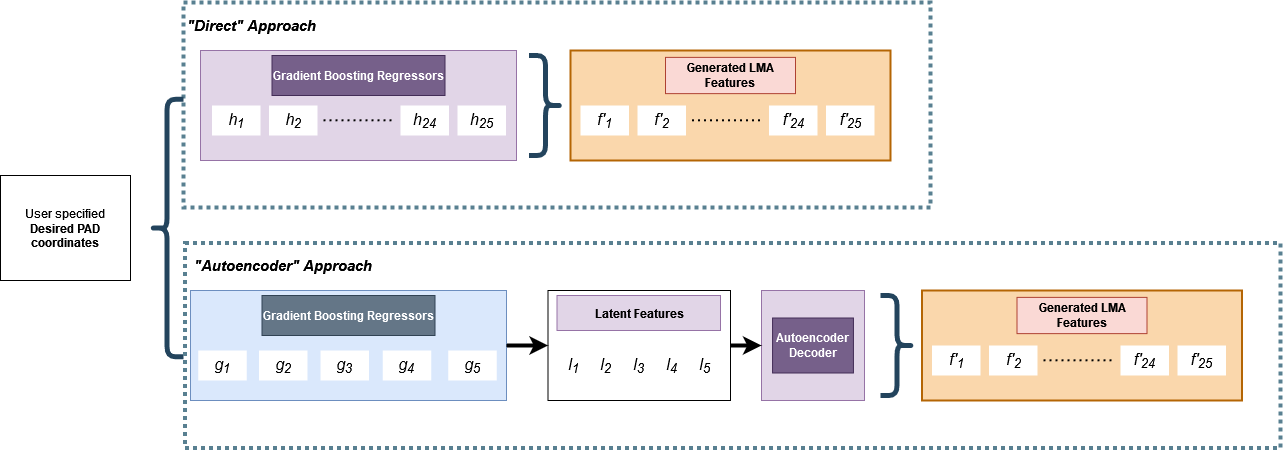
Above: emotion_gen.drawio.png in HerouFenix/emotion_identification_and_synthesis_website (draw.io), before the change. Source tidied: cells renumbered, new cells last; positions are measured from the earlier drawing's top-left corner, leaving out a move shared by most shapes.
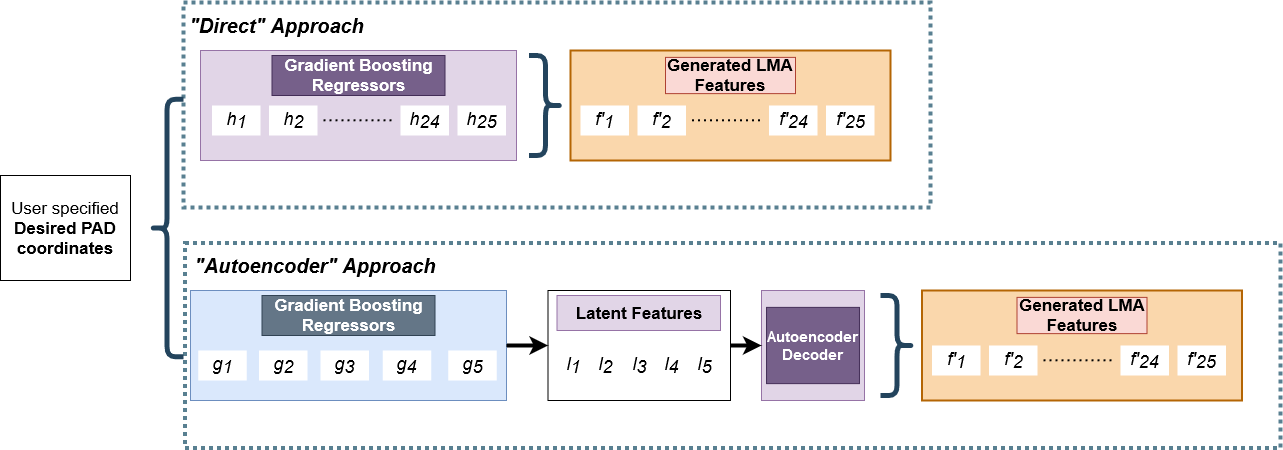
The same diagram one commit later.

What changed in the source:
```diff
@@ -4,2 +4,5 @@
     <mxCell id="1" parent="0" />
+    <mxCell id="47" style="rounded=0;whiteSpace=wrap;html=1;fillColor=none;dashed=1;dashPattern=1 1;strokeWidth=4;strokeColor=#598091;" parent="1" vertex="1">
+      <mxGeometry x="184.5" y="240.5" width="1095.5" height="205" as="geometry" />
+    </mxCell>
     <mxCell id="2" style="rounded=0;whiteSpace=wrap;html=1;fillColor=none;dashed=1;dashPattern=1 1;strokeWidth=4;strokeColor=#598091;" parent="1" vertex="1">
@@ -7,3 +10,3 @@
     </mxCell>
-    <mxCell id="3" value="&lt;div&gt;User specified&lt;/div&gt;&lt;div&gt;&lt;b&gt;Desired PAD coordinates&lt;/b&gt;&lt;br&gt;&lt;/div&gt;" style="rounded=0;whiteSpace=wrap;html=1;" parent="1" vertex="1">
+    <mxCell id="3" value="&lt;div style=&quot;font-size: 17px;&quot;&gt;User specified&lt;/div&gt;&lt;div style=&quot;font-size: 17px;&quot;&gt;&lt;b style=&quot;font-size: 17px;&quot;&gt;Desired PAD coordinates&lt;/b&gt;&lt;br style=&quot;font-size: 17px;&quot;&gt;&lt;/div&gt;" style="rounded=0;whiteSpace=wrap;html=1;fontSize=17;" parent="1" vertex="1">
       <mxGeometry y="173" width="130" height="105" as="geometry" />
@@ -16,6 +19,6 @@
     </mxCell>
-    <mxCell id="6" value="Gradient Boosting Regressors" style="rounded=0;whiteSpace=wrap;html=1;fontStyle=1;fillColor=#76608a;strokeColor=#432D57;fontColor=#ffffff;" parent="1" vertex="1">
+    <mxCell id="6" value="Gradient Boosting Regressors" style="rounded=0;whiteSpace=wrap;html=1;fontStyle=1;fillColor=#76608a;strokeColor=#432D57;fontColor=#ffffff;fontSize=17;" parent="1" vertex="1">
       <mxGeometry x="271.5" y="53" width="173" height="40" as="geometry" />
     </mxCell>
-    <mxCell id="7" value="&lt;font style=&quot;font-size: 16px;&quot;&gt;&lt;i&gt;h&lt;sub&gt;1&lt;/sub&gt;&lt;/i&gt;&lt;/font&gt;" style="text;html=1;strokeColor=none;fillColor=default;align=center;verticalAlign=middle;whiteSpace=wrap;rounded=0;fontStyle=0;strokeWidth=2;" parent="1" vertex="1">
+    <mxCell id="7" value="&lt;font style=&quot;font-size: 18px;&quot;&gt;&lt;i style=&quot;font-size: 18px;&quot;&gt;h&lt;sub style=&quot;font-size: 18px;&quot;&gt;1&lt;/sub&gt;&lt;/i&gt;&lt;/font&gt;" style="text;html=1;strokeColor=none;fillColor=default;align=center;verticalAlign=middle;whiteSpace=wrap;rounded=0;fontStyle=0;strokeWidth=2;fontSize=18;" parent="1" vertex="1">
       <mxGeometry x="211.5" y="103" width="48.5" height="30" as="geometry" />
@@ -28,9 +31,9 @@
     </mxCell>
-    <mxCell id="9" value="&lt;font style=&quot;font-size: 16px;&quot;&gt;&lt;i&gt;h&lt;sub&gt;2&lt;/sub&gt;&lt;/i&gt;&lt;/font&gt;" style="text;html=1;strokeColor=none;fillColor=default;align=center;verticalAlign=middle;whiteSpace=wrap;rounded=0;fontStyle=0;strokeWidth=2;" parent="1" vertex="1">
+    <mxCell id="9" value="&lt;font style=&quot;font-size: 18px;&quot;&gt;&lt;i style=&quot;font-size: 18px;&quot;&gt;h&lt;sub style=&quot;font-size: 18px;&quot;&gt;2&lt;/sub&gt;&lt;/i&gt;&lt;/font&gt;" style="text;html=1;strokeColor=none;fillColor=default;align=center;verticalAlign=middle;whiteSpace=wrap;rounded=0;fontStyle=0;strokeWidth=2;fontSize=18;" parent="1" vertex="1">
       <mxGeometry x="268.5" y="103" width="48.5" height="30" as="geometry" />
     </mxCell>
-    <mxCell id="10" value="&lt;font style=&quot;font-size: 16px;&quot;&gt;&lt;i&gt;h&lt;sub&gt;24&lt;/sub&gt;&lt;/i&gt;&lt;/font&gt;" style="text;html=1;strokeColor=none;fillColor=default;align=center;verticalAlign=middle;whiteSpace=wrap;rounded=0;fontStyle=0;strokeWidth=2;" parent="1" vertex="1">
+    <mxCell id="10" value="&lt;font style=&quot;font-size: 18px;&quot;&gt;&lt;i style=&quot;font-size: 18px;&quot;&gt;h&lt;sub style=&quot;font-size: 18px;&quot;&gt;24&lt;/sub&gt;&lt;/i&gt;&lt;/font&gt;" style="text;html=1;strokeColor=none;fillColor=default;align=center;verticalAlign=middle;whiteSpace=wrap;rounded=0;fontStyle=0;strokeWidth=2;fontSize=18;" parent="1" vertex="1">
       <mxGeometry x="400" y="103" width="48.5" height="30" as="geometry" />
     </mxCell>
-    <mxCell id="11" value="&lt;font style=&quot;font-size: 16px;&quot;&gt;&lt;i&gt;h&lt;sub&gt;25&lt;/sub&gt;&lt;/i&gt;&lt;/font&gt;" style="text;html=1;strokeColor=none;fillColor=default;align=center;verticalAlign=middle;whiteSpace=wrap;rounded=0;fontStyle=0;strokeWidth=2;" parent="1" vertex="1">
+    <mxCell id="11" value="&lt;font style=&quot;font-size: 18px;&quot;&gt;&lt;i style=&quot;font-size: 18px;&quot;&gt;h&lt;sub style=&quot;font-size: 18px;&quot;&gt;25&lt;/sub&gt;&lt;/i&gt;&lt;/font&gt;" style="text;html=1;strokeColor=none;fillColor=default;align=center;verticalAlign=middle;whiteSpace=wrap;rounded=0;fontStyle=0;strokeWidth=2;fontSize=18;" parent="1" vertex="1">
       <mxGeometry x="457" y="103" width="48.5" height="30" as="geometry" />
@@ -40,3 +43,3 @@
     </mxCell>
-    <mxCell id="13" value="Generated LMA Features" style="rounded=0;whiteSpace=wrap;html=1;fontStyle=1;fillColor=#fad9d5;strokeColor=#ae4132;" parent="1" vertex="1">
+    <mxCell id="13" value="Generated LMA Features" style="rounded=0;whiteSpace=wrap;html=1;fontStyle=1;fillColor=#fad9d5;strokeColor=#ae4132;fontSize=17;" parent="1" vertex="1">
       <mxGeometry x="665" y="54.9" width="130" height="36.2" as="geometry" />
@@ -46,3 +49,3 @@
     </mxCell>
-    <mxCell id="15" value="&lt;font style=&quot;font-size: 16px;&quot;&gt;&lt;i&gt;f'&lt;sub&gt;1&lt;/sub&gt;&lt;/i&gt;&lt;/font&gt;" style="text;html=1;strokeColor=none;fillColor=default;align=center;verticalAlign=middle;whiteSpace=wrap;rounded=0;fontStyle=0;strokeWidth=2;" parent="1" vertex="1">
+    <mxCell id="15" value="&lt;font style=&quot;font-size: 18px;&quot;&gt;&lt;i style=&quot;font-size: 18px;&quot;&gt;f'&lt;sub style=&quot;font-size: 18px;&quot;&gt;1&lt;/sub&gt;&lt;/i&gt;&lt;/font&gt;" style="text;html=1;strokeColor=none;fillColor=default;align=center;verticalAlign=middle;whiteSpace=wrap;rounded=0;fontStyle=0;strokeWidth=2;fontSize=18;" parent="1" vertex="1">
       <mxGeometry x="580" y="103" width="48.5" height="30" as="geometry" />
@@ -55,9 +58,9 @@
     </mxCell>
-    <mxCell id="17" value="&lt;font style=&quot;font-size: 16px;&quot;&gt;&lt;i&gt;f'&lt;sub&gt;2&lt;/sub&gt;&lt;/i&gt;&lt;/font&gt;" style="text;html=1;strokeColor=none;fillColor=default;align=center;verticalAlign=middle;whiteSpace=wrap;rounded=0;fontStyle=0;strokeWidth=2;" parent="1" vertex="1">
+    <mxCell id="17" value="&lt;font style=&quot;font-size: 18px;&quot;&gt;&lt;i style=&quot;font-size: 18px;&quot;&gt;f'&lt;sub style=&quot;font-size: 18px;&quot;&gt;2&lt;/sub&gt;&lt;/i&gt;&lt;/font&gt;" style="text;html=1;strokeColor=none;fillColor=default;align=center;verticalAlign=middle;whiteSpace=wrap;rounded=0;fontStyle=0;strokeWidth=2;fontSize=18;" parent="1" vertex="1">
       <mxGeometry x="637" y="103" width="48.5" height="30" as="geometry" />
     </mxCell>
-    <mxCell id="18" value="&lt;font style=&quot;font-size: 16px;&quot;&gt;&lt;i&gt;f'&lt;sub&gt;24&lt;/sub&gt;&lt;/i&gt;&lt;/font&gt;" style="text;html=1;strokeColor=none;fillColor=default;align=center;verticalAlign=middle;whiteSpace=wrap;rounded=0;fontStyle=0;strokeWidth=2;" parent="1" vertex="1">
+    <mxCell id="18" value="&lt;font style=&quot;font-size: 18px;&quot;&gt;&lt;i style=&quot;font-size: 18px;&quot;&gt;f'&lt;sub style=&quot;font-size: 18px;&quot;&gt;24&lt;/sub&gt;&lt;/i&gt;&lt;/font&gt;" style="text;html=1;strokeColor=none;fillColor=default;align=center;verticalAlign=middle;whiteSpace=wrap;rounded=0;fontStyle=0;strokeWidth=2;fontSize=18;" parent="1" vertex="1">
       <mxGeometry x="768.5" y="103" width="48.5" height="30" as="geometry" />
     </mxCell>
-    <mxCell id="19" value="&lt;font style=&quot;font-size: 16px;&quot;&gt;&lt;i&gt;f'&lt;sub&gt;25&lt;/sub&gt;&lt;/i&gt;&lt;/font&gt;" style="text;html=1;strokeColor=none;fillColor=default;align=center;verticalAlign=middle;whiteSpace=wrap;rounded=0;fontStyle=0;strokeWidth=2;" parent="1" vertex="1">
+    <mxCell id="19" value="&lt;font style=&quot;font-size: 18px;&quot;&gt;&lt;i style=&quot;font-size: 18px;&quot;&gt;f'&lt;sub style=&quot;font-size: 18px;&quot;&gt;25&lt;/sub&gt;&lt;/i&gt;&lt;/font&gt;" style="text;html=1;strokeColor=none;fillColor=default;align=center;verticalAlign=middle;whiteSpace=wrap;rounded=0;fontStyle=0;strokeWidth=2;fontSize=18;" parent="1" vertex="1">
       <mxGeometry x="825.5" y="103" width="48.5" height="30" as="geometry" />
@@ -67,18 +70,18 @@
     </mxCell>
-    <mxCell id="21" value="Gradient Boosting Regressors" style="rounded=0;whiteSpace=wrap;html=1;fontStyle=1;fillColor=#647687;strokeColor=#314354;fontColor=#ffffff;" parent="1" vertex="1">
+    <mxCell id="21" value="Gradient Boosting Regressors" style="rounded=0;whiteSpace=wrap;html=1;fontStyle=1;fillColor=#647687;strokeColor=#314354;fontColor=#ffffff;fontSize=17;" parent="1" vertex="1">
       <mxGeometry x="261.5" y="293" width="173" height="40" as="geometry" />
     </mxCell>
-    <mxCell id="22" value="&lt;font style=&quot;font-size: 16px;&quot;&gt;&lt;i&gt;g&lt;sub&gt;1&lt;/sub&gt;&lt;/i&gt;&lt;/font&gt;" style="text;html=1;strokeColor=none;fillColor=default;align=center;verticalAlign=middle;whiteSpace=wrap;rounded=0;fontStyle=0;strokeWidth=2;" parent="1" vertex="1">
+    <mxCell id="22" value="&lt;font style=&quot;font-size: 18px;&quot;&gt;&lt;i style=&quot;font-size: 18px;&quot;&gt;g&lt;sub style=&quot;font-size: 18px;&quot;&gt;1&lt;/sub&gt;&lt;/i&gt;&lt;/font&gt;" style="text;html=1;strokeColor=none;fillColor=default;align=center;verticalAlign=middle;whiteSpace=wrap;rounded=0;fontStyle=0;strokeWidth=2;fontSize=18;" parent="1" vertex="1">
       <mxGeometry x="197.8" y="348" width="48.5" height="30" as="geometry" />
     </mxCell>
-    <mxCell id="23" value="&lt;font style=&quot;font-size: 16px;&quot;&gt;&lt;i&gt;g&lt;sub&gt;2&lt;/sub&gt;&lt;/i&gt;&lt;/font&gt;" style="text;html=1;strokeColor=none;fillColor=default;align=center;verticalAlign=middle;whiteSpace=wrap;rounded=0;fontStyle=0;strokeWidth=2;" parent="1" vertex="1">
+    <mxCell id="23" value="&lt;font style=&quot;font-size: 18px;&quot;&gt;&lt;i style=&quot;font-size: 18px;&quot;&gt;g&lt;sub style=&quot;font-size: 18px;&quot;&gt;2&lt;/sub&gt;&lt;/i&gt;&lt;/font&gt;" style="text;html=1;strokeColor=none;fillColor=default;align=center;verticalAlign=middle;whiteSpace=wrap;rounded=0;fontStyle=0;strokeWidth=2;fontSize=18;" parent="1" vertex="1">
       <mxGeometry x="258.5" y="348" width="48.5" height="30" as="geometry" />
     </mxCell>
-    <mxCell id="24" value="&lt;font style=&quot;font-size: 16px;&quot;&gt;&lt;i&gt;g&lt;sub&gt;3&lt;/sub&gt;&lt;/i&gt;&lt;/font&gt;" style="text;html=1;strokeColor=none;fillColor=default;align=center;verticalAlign=middle;whiteSpace=wrap;rounded=0;fontStyle=0;strokeWidth=2;" parent="1" vertex="1">
+    <mxCell id="24" value="&lt;font style=&quot;font-size: 18px;&quot;&gt;&lt;i style=&quot;font-size: 18px;&quot;&gt;g&lt;sub style=&quot;font-size: 18px;&quot;&gt;3&lt;/sub&gt;&lt;/i&gt;&lt;/font&gt;" style="text;html=1;strokeColor=none;fillColor=default;align=center;verticalAlign=middle;whiteSpace=wrap;rounded=0;fontStyle=0;strokeWidth=2;fontSize=18;" parent="1" vertex="1">
       <mxGeometry x="320" y="348" width="48.5" height="30" as="geometry" />
     </mxCell>
-    <mxCell id="25" value="&lt;font style=&quot;font-size: 16px;&quot;&gt;&lt;i&gt;g&lt;sub&gt;4&lt;/sub&gt;&lt;/i&gt;&lt;/font&gt;" style="text;html=1;strokeColor=none;fillColor=default;align=center;verticalAlign=middle;whiteSpace=wrap;rounded=0;fontStyle=0;strokeWidth=2;" parent="1" vertex="1">
+    <mxCell id="25" value="&lt;font style=&quot;font-size: 18px;&quot;&gt;&lt;i style=&quot;font-size: 18px;&quot;&gt;g&lt;sub style=&quot;font-size: 18px;&quot;&gt;4&lt;/sub&gt;&lt;/i&gt;&lt;/font&gt;" style="text;html=1;strokeColor=none;fillColor=default;align=center;verticalAlign=middle;whiteSpace=wrap;rounded=0;fontStyle=0;strokeWidth=2;fontSize=18;" parent="1" vertex="1">
       <mxGeometry x="382.2" y="348" width="48.5" height="30" as="geometry" />
     </mxCell>
-    <mxCell id="26" value="&lt;font style=&quot;font-size: 16px;&quot;&gt;&lt;i&gt;g&lt;sub&gt;5&lt;/sub&gt;&lt;/i&gt;&lt;/font&gt;" style="text;html=1;strokeColor=none;fillColor=default;align=center;verticalAlign=middle;whiteSpace=wrap;rounded=0;fontStyle=0;strokeWidth=2;" parent="1" vertex="1">
+    <mxCell id="26" value="&lt;font style=&quot;font-size: 18px;&quot;&gt;&lt;i style=&quot;font-size: 18px;&quot;&gt;g&lt;sub style=&quot;font-size: 18px;&quot;&gt;5&lt;/sub&gt;&lt;/i&gt;&lt;/font&gt;" style="text;html=1;strokeColor=none;fillColor=default;align=center;verticalAlign=middle;whiteSpace=wrap;rounded=0;fontStyle=0;strokeWidth=2;fontSize=18;" parent="1" vertex="1">
       <mxGeometry x="447.8" y="348" width="48.5" height="30" as="geometry" />
@@ -88,6 +91,6 @@
     </mxCell>
-    <mxCell id="28" value="Latent Features" style="rounded=0;whiteSpace=wrap;html=1;fontStyle=1;fillColor=#e1d5e7;strokeColor=#9673a6;" parent="1" vertex="1">
+    <mxCell id="28" value="Latent Features" style="rounded=0;whiteSpace=wrap;html=1;fontStyle=1;fillColor=#e1d5e7;strokeColor=#9673a6;fontSize=17;" parent="1" vertex="1">
       <mxGeometry x="556.5" y="293" width="163.5" height="35" as="geometry" />
     </mxCell>
-    <mxCell id="29" value="&lt;font style=&quot;font-size: 16px;&quot;&gt;&lt;i&gt;l&lt;sub&gt;1&lt;/sub&gt;&lt;/i&gt;&lt;/font&gt;" style="text;html=1;strokeColor=none;fillColor=default;align=center;verticalAlign=middle;whiteSpace=wrap;rounded=0;fontStyle=0;strokeWidth=2;" parent="1" vertex="1">
+    <mxCell id="29" value="&lt;font style=&quot;font-size: 18px;&quot;&gt;&lt;i style=&quot;font-size: 18px;&quot;&gt;l&lt;sub style=&quot;font-size: 18px;&quot;&gt;1&lt;/sub&gt;&lt;/i&gt;&lt;/font&gt;" style="text;html=1;strokeColor=none;fillColor=default;align=center;verticalAlign=middle;whiteSpace=wrap;rounded=0;fontStyle=0;strokeWidth=2;fontSize=18;" parent="1" vertex="1">
       <mxGeometry x="556.5" y="348" width="33" height="30" as="geometry" />
@@ -97,12 +100,12 @@
     </mxCell>
-    <mxCell id="31" value="&lt;font style=&quot;font-size: 16px;&quot;&gt;&lt;i&gt;l&lt;sub&gt;5&lt;/sub&gt;&lt;/i&gt;&lt;/font&gt;" style="text;html=1;strokeColor=none;fillColor=default;align=center;verticalAlign=middle;whiteSpace=wrap;rounded=0;fontStyle=0;strokeWidth=2;" parent="1" vertex="1">
+    <mxCell id="31" value="&lt;font style=&quot;font-size: 18px;&quot;&gt;&lt;i style=&quot;font-size: 18px;&quot;&gt;l&lt;sub style=&quot;font-size: 18px;&quot;&gt;5&lt;/sub&gt;&lt;/i&gt;&lt;/font&gt;" style="text;html=1;strokeColor=none;fillColor=default;align=center;verticalAlign=middle;whiteSpace=wrap;rounded=0;fontStyle=0;strokeWidth=2;fontSize=18;" parent="1" vertex="1">
       <mxGeometry x="690" y="348" width="29" height="30" as="geometry" />
     </mxCell>
-    <mxCell id="32" value="&lt;font style=&quot;font-size: 16px;&quot;&gt;&lt;i&gt;l&lt;sub&gt;2&lt;/sub&gt;&lt;/i&gt;&lt;/font&gt;" style="text;html=1;strokeColor=none;fillColor=default;align=center;verticalAlign=middle;whiteSpace=wrap;rounded=0;fontStyle=0;strokeWidth=2;" parent="1" vertex="1">
+    <mxCell id="32" value="&lt;font style=&quot;font-size: 18px;&quot;&gt;&lt;i style=&quot;font-size: 18px;&quot;&gt;l&lt;sub style=&quot;font-size: 18px;&quot;&gt;2&lt;/sub&gt;&lt;/i&gt;&lt;/font&gt;" style="text;html=1;strokeColor=none;fillColor=default;align=center;verticalAlign=middle;whiteSpace=wrap;rounded=0;fontStyle=0;strokeWidth=2;fontSize=18;" parent="1" vertex="1">
       <mxGeometry x="589.5" y="348" width="30.5" height="30" as="geometry" />
     </mxCell>
-    <mxCell id="33" value="&lt;font style=&quot;font-size: 16px;&quot;&gt;&lt;i&gt;l&lt;sub&gt;3&lt;/sub&gt;&lt;/i&gt;&lt;/font&gt;" style="text;html=1;strokeColor=none;fillColor=default;align=center;verticalAlign=middle;whiteSpace=wrap;rounded=0;fontStyle=0;strokeWidth=2;" parent="1" vertex="1">
+    <mxCell id="33" value="&lt;font style=&quot;font-size: 18px;&quot;&gt;&lt;i style=&quot;font-size: 18px;&quot;&gt;l&lt;sub style=&quot;font-size: 18px;&quot;&gt;3&lt;/sub&gt;&lt;/i&gt;&lt;/font&gt;" style="text;html=1;strokeColor=none;fillColor=default;align=center;verticalAlign=middle;whiteSpace=wrap;rounded=0;fontStyle=0;strokeWidth=2;fontSize=18;" parent="1" vertex="1">
       <mxGeometry x="623.5" y="348" width="31.2" height="30" as="geometry" />
     </mxCell>
-    <mxCell id="34" value="&lt;font style=&quot;font-size: 16px;&quot;&gt;&lt;i&gt;l&lt;sub&gt;4&lt;/sub&gt;&lt;/i&gt;&lt;/font&gt;" style="text;html=1;strokeColor=none;fillColor=default;align=center;verticalAlign=middle;whiteSpace=wrap;rounded=0;fontStyle=0;strokeWidth=2;" parent="1" vertex="1">
+    <mxCell id="34" value="&lt;font style=&quot;font-size: 18px;&quot;&gt;&lt;i style=&quot;font-size: 18px;&quot;&gt;l&lt;sub style=&quot;font-size: 18px;&quot;&gt;4&lt;/sub&gt;&lt;/i&gt;&lt;/font&gt;" style="text;html=1;strokeColor=none;fillColor=default;align=center;verticalAlign=middle;whiteSpace=wrap;rounded=0;fontStyle=0;strokeWidth=2;fontSize=18;" parent="1" vertex="1">
       <mxGeometry x="657" y="348" width="29" height="30" as="geometry" />
@@ -112,4 +115,4 @@
     </mxCell>
-    <mxCell id="36" value="Autoencoder Decoder" style="rounded=0;whiteSpace=wrap;html=1;fontStyle=1;fillColor=#76608a;strokeColor=#432D57;fontColor=#ffffff;" parent="1" vertex="1">
-      <mxGeometry x="772.1" y="315.5" width="80.9" height="55" as="geometry" />
+    <mxCell id="36" value="Autoencoder Decoder" style="rounded=0;whiteSpace=wrap;html=1;fontStyle=1;fillColor=#76608a;strokeColor=#432D57;fontColor=#ffffff;fontSize=15;" parent="1" vertex="1">
+      <mxGeometry x="766" y="304.9" width="92.9" height="76.2" as="geometry" />
     </mxCell>
@@ -121,3 +124,3 @@
     </mxCell>
-    <mxCell id="39" value="Generated LMA Features" style="rounded=0;whiteSpace=wrap;html=1;fontStyle=1;fillColor=#fad9d5;strokeColor=#ae4132;" parent="1" vertex="1">
+    <mxCell id="39" value="Generated LMA Features" style="rounded=0;whiteSpace=wrap;html=1;fontStyle=1;fillColor=#fad9d5;strokeColor=#ae4132;fontSize=17;" parent="1" vertex="1">
       <mxGeometry x="1016.5" y="294.9" width="130" height="36.2" as="geometry" />
@@ -127,3 +130,3 @@
     </mxCell>
-    <mxCell id="41" value="&lt;font style=&quot;font-size: 16px;&quot;&gt;&lt;i&gt;f'&lt;sub&gt;1&lt;/sub&gt;&lt;/i&gt;&lt;/font&gt;" style="text;html=1;strokeColor=none;fillColor=default;align=center;verticalAlign=middle;whiteSpace=wrap;rounded=0;fontStyle=0;strokeWidth=2;" parent="1" vertex="1">
+    <mxCell id="41" value="&lt;font style=&quot;font-size: 18px;&quot;&gt;&lt;i style=&quot;font-size: 18px;&quot;&gt;f'&lt;sub style=&quot;font-size: 18px;&quot;&gt;1&lt;/sub&gt;&lt;/i&gt;&lt;/font&gt;" style="text;html=1;strokeColor=none;fillColor=default;align=center;verticalAlign=middle;whiteSpace=wrap;rounded=0;fontStyle=0;strokeWidth=2;fontSize=18;" parent="1" vertex="1">
       <mxGeometry x="931.5" y="343" width="48.5" height="30" as="geometry" />
@@ -136,19 +139,16 @@
     </mxCell>
-    <mxCell id="43" value="&lt;font style=&quot;font-size: 16px;&quot;&gt;&lt;i&gt;f'&lt;sub&gt;2&lt;/sub&gt;&lt;/i&gt;&lt;/font&gt;" style="text;html=1;strokeColor=none;fillColor=default;align=center;verticalAlign=middle;whiteSpace=wrap;rounded=0;fontStyle=0;strokeWidth=2;" parent="1" vertex="1">
+    <mxCell id="43" value="&lt;font style=&quot;font-size: 18px;&quot;&gt;&lt;i style=&quot;font-size: 18px;&quot;&gt;f'&lt;sub style=&quot;font-size: 18px;&quot;&gt;2&lt;/sub&gt;&lt;/i&gt;&lt;/font&gt;" style="text;html=1;strokeColor=none;fillColor=default;align=center;verticalAlign=middle;whiteSpace=wrap;rounded=0;fontStyle=0;strokeWidth=2;fontSize=18;" parent="1" vertex="1">
       <mxGeometry x="988.5" y="343" width="48.5" height="30" as="geometry" />
     </mxCell>
-    <mxCell id="44" value="&lt;font style=&quot;font-size: 16px;&quot;&gt;&lt;i&gt;f'&lt;sub&gt;24&lt;/sub&gt;&lt;/i&gt;&lt;/font&gt;" style="text;html=1;strokeColor=none;fillColor=default;align=center;verticalAlign=middle;whiteSpace=wrap;rounded=0;fontStyle=0;strokeWidth=2;" parent="1" vertex="1">
+    <mxCell id="44" value="&lt;font style=&quot;font-size: 18px;&quot;&gt;&lt;i style=&quot;font-size: 18px;&quot;&gt;f'&lt;sub style=&quot;font-size: 18px;&quot;&gt;24&lt;/sub&gt;&lt;/i&gt;&lt;/font&gt;" style="text;html=1;strokeColor=none;fillColor=default;align=center;verticalAlign=middle;whiteSpace=wrap;rounded=0;fontStyle=0;strokeWidth=2;fontSize=18;" parent="1" vertex="1">
       <mxGeometry x="1120" y="343" width="48.5" height="30" as="geometry" />
     </mxCell>
-    <mxCell id="45" value="&lt;font style=&quot;font-size: 16px;&quot;&gt;&lt;i&gt;f'&lt;sub&gt;25&lt;/sub&gt;&lt;/i&gt;&lt;/font&gt;" style="text;html=1;strokeColor=none;fillColor=default;align=center;verticalAlign=middle;whiteSpace=wrap;rounded=0;fontStyle=0;strokeWidth=2;" parent="1" vertex="1">
+    <mxCell id="45" value="&lt;font style=&quot;font-size: 18px;&quot;&gt;&lt;i style=&quot;font-size: 18px;&quot;&gt;f'&lt;sub style=&quot;font-size: 18px;&quot;&gt;25&lt;/sub&gt;&lt;/i&gt;&lt;/font&gt;" style="text;html=1;strokeColor=none;fillColor=default;align=center;verticalAlign=middle;whiteSpace=wrap;rounded=0;fontStyle=0;strokeWidth=2;fontSize=18;" parent="1" vertex="1">
       <mxGeometry x="1177" y="343" width="48.5" height="30" as="geometry" />
     </mxCell>
-    <mxCell id="46" value="&quot;Direct&quot; Approach" style="text;html=1;strokeColor=none;fillColor=none;align=center;verticalAlign=middle;whiteSpace=wrap;rounded=0;dashed=1;dashPattern=1 1;fontSize=15;fontStyle=3;" parent="1" vertex="1">
-      <mxGeometry x="183" y="8" width="137" height="30" as="geometry" />
+    <mxCell id="46" value="&quot;Direct&quot; Approach" style="text;html=1;strokeColor=none;fillColor=none;align=center;verticalAlign=middle;whiteSpace=wrap;rounded=0;dashed=1;dashPattern=1 1;fontSize=20;fontStyle=3;" parent="1" vertex="1">
+      <mxGeometry x="183" y="8" width="187" height="30" as="geometry" />
     </mxCell>
-    <mxCell id="47" style="rounded=0;whiteSpace=wrap;html=1;fillColor=none;dashed=1;dashPattern=1 1;strokeWidth=4;strokeColor=#598091;" parent="1" vertex="1">
-      <mxGeometry x="184.5" y="240.5" width="1095.5" height="205" as="geometry" />
-    </mxCell>
-    <mxCell id="48" value="&quot;Autoencoder&quot; Approach" style="text;html=1;strokeColor=none;fillColor=none;align=center;verticalAlign=middle;whiteSpace=wrap;rounded=0;dashed=1;dashPattern=1 1;fontSize=15;fontStyle=3;" parent="1" vertex="1">
-      <mxGeometry x="190" y="248" width="185.5" height="30" as="geometry" />
+    <mxCell id="48" value="&quot;Autoencoder&quot; Approach" style="text;html=1;strokeColor=none;fillColor=none;align=center;verticalAlign=middle;whiteSpace=wrap;rounded=0;dashed=1;dashPattern=1 1;fontSize=20;fontStyle=3;" parent="1" vertex="1">
+      <mxGeometry x="190" y="248" width="250" height="30" as="geometry" />
     </mxCell>
```
